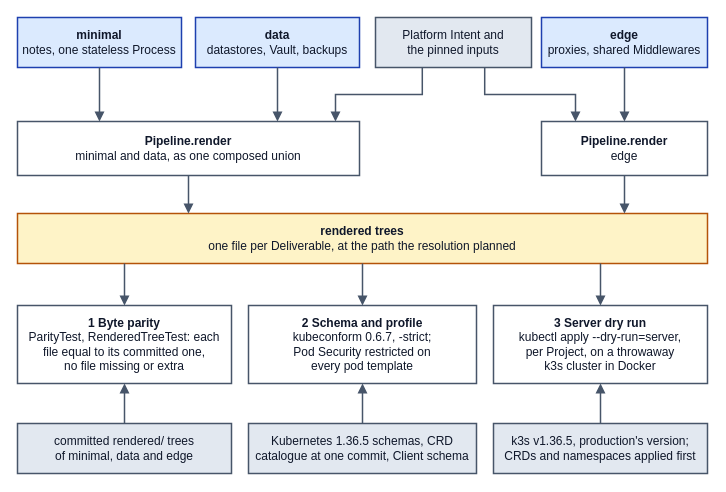
Above: docs/mde/task-3-code-generation/Figures/evidence.drawio in JorisJonkers-dev/deploy-kit (draw.io), before the change. Source tidied: cells renumbered, new cells numbered last; positions are measured from the earlier drawing's top-left corner, leaving out a move shared by most shapes. Both pictures are drawn from the tidied source at 100%, with x=0, y=0 at pixel (17, 17).
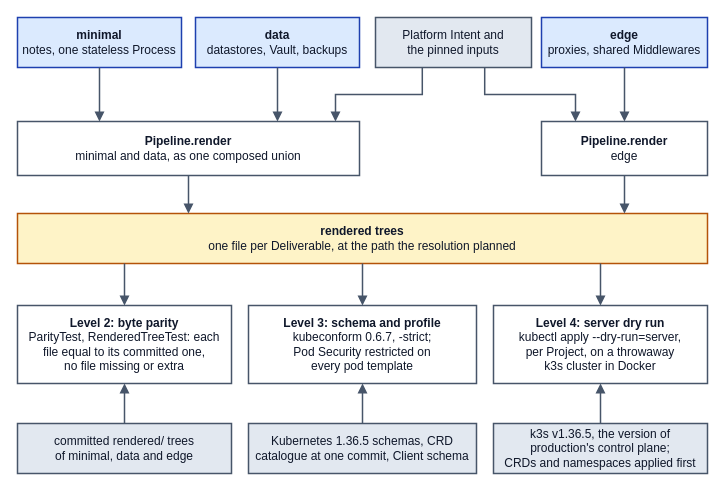
Above is the later version.

What changed in the source:
```diff
@@
-    <mxCell id="16" value="&lt;b style=&quot;font-size:12px&quot;&gt;1 Byte parity&lt;/b&gt;&lt;br&gt;ParityTest, RenderedTreeTest: each&lt;br&gt;file equal to its committed one,&lt;br&gt;no file missing or extra" style="rounded=0;whiteSpace=wrap;html=1;align=center;verticalAlign=middle;fillColor=#ffffff;strokeColor=#475569;strokeWidth=1.5;fontFamily=Helvetica;fontSize=12;fontColor=#0f172a;spacing=4;" parent="1" vertex="1">
+    <mxCell id="16" value="&lt;b style=&quot;font-size:12px&quot;&gt;Level 2: byte parity&lt;/b&gt;&lt;br&gt;ParityTest, RenderedTreeTest: each&lt;br&gt;file equal to its committed one,&lt;br&gt;no file missing or extra" style="rounded=0;whiteSpace=wrap;html=1;align=center;verticalAlign=middle;fillColor=#ffffff;strokeColor=#475569;strokeWidth=1.5;fontFamily=Helvetica;fontSize=12;fontColor=#0f172a;spacing=4;" parent="1" vertex="1">
       <mxGeometry y="288" width="214" height="78" as="geometry" />
     </mxCell>
@@
-    <mxCell id="20" value="&lt;b style=&quot;font-size:12px&quot;&gt;2 Schema and profile&lt;/b&gt;&lt;br&gt;kubeconform 0.6.7, -strict;&lt;br&gt;Pod Security restricted on&lt;br&gt;every pod template" style="rounded=0;whiteSpace=wrap;html=1;align=center;verticalAlign=middle;fillColor=#ffffff;strokeColor=#475569;strokeWidth=1.5;fontFamily=Helvetica;fontSize=12;fontColor=#0f172a;spacing=4;" parent="1" vertex="1">
+    <mxCell id="20" value="&lt;b style=&quot;font-size:12px&quot;&gt;Level 3: schema and profile&lt;/b&gt;&lt;br&gt;kubeconform 0.6.7, -strict;&lt;br&gt;Pod Security restricted on&lt;br&gt;every pod template" style="rounded=0;whiteSpace=wrap;html=1;align=center;verticalAlign=middle;fillColor=#ffffff;strokeColor=#475569;strokeWidth=1.5;fontFamily=Helvetica;fontSize=12;fontColor=#0f172a;spacing=4;" parent="1" vertex="1">
       <mxGeometry x="231" y="288" width="228" height="78" as="geometry" />
     </mxCell>
@@
-    <mxCell id="24" value="&lt;b style=&quot;font-size:12px&quot;&gt;3 Server dry run&lt;/b&gt;&lt;br&gt;kubectl apply --dry-run=server,&lt;br&gt;per Project, on a throwaway&lt;br&gt;k3s cluster in Docker" style="rounded=0;whiteSpace=wrap;html=1;align=center;verticalAlign=middle;fillColor=#ffffff;strokeColor=#475569;strokeWidth=1.5;fontFamily=Helvetica;fontSize=12;fontColor=#0f172a;spacing=4;" parent="1" vertex="1">
+    <mxCell id="24" value="&lt;b style=&quot;font-size:12px&quot;&gt;Level 4: server dry run&lt;/b&gt;&lt;br&gt;kubectl apply --dry-run=server,&lt;br&gt;per Project, on a throwaway&lt;br&gt;k3s cluster in Docker" style="rounded=0;whiteSpace=wrap;html=1;align=center;verticalAlign=middle;fillColor=#ffffff;strokeColor=#475569;strokeWidth=1.5;fontFamily=Helvetica;fontSize=12;fontColor=#0f172a;spacing=4;" parent="1" vertex="1">
       <mxGeometry x="476" y="288" width="214" height="78" as="geometry" />
     </mxCell>
@@
-    <mxCell id="26" value="k3s v1.36.5, production's version;&lt;br&gt;CRDs and namespaces applied first" style="rounded=0;whiteSpace=wrap;html=1;align=center;verticalAlign=middle;fillColor=#e2e8f0;strokeColor=#475569;strokeWidth=1.5;fontFamily=Helvetica;fontSize=12;fontColor=#0f172a;spacing=4;" parent="1" vertex="1">
+    <mxCell id="26" value="k3s v1.36.5, the version of&lt;br&gt;production's control plane;&lt;br&gt;CRDs and namespaces applied first" style="rounded=0;whiteSpace=wrap;html=1;align=center;verticalAlign=middle;fillColor=#e2e8f0;strokeColor=#475569;strokeWidth=1.5;fontFamily=Helvetica;fontSize=12;fontColor=#0f172a;spacing=4;" parent="1" vertex="1">
       <mxGeometry x="476" y="406" width="214" height="50" as="geometry" />
     </mxCell>
```
